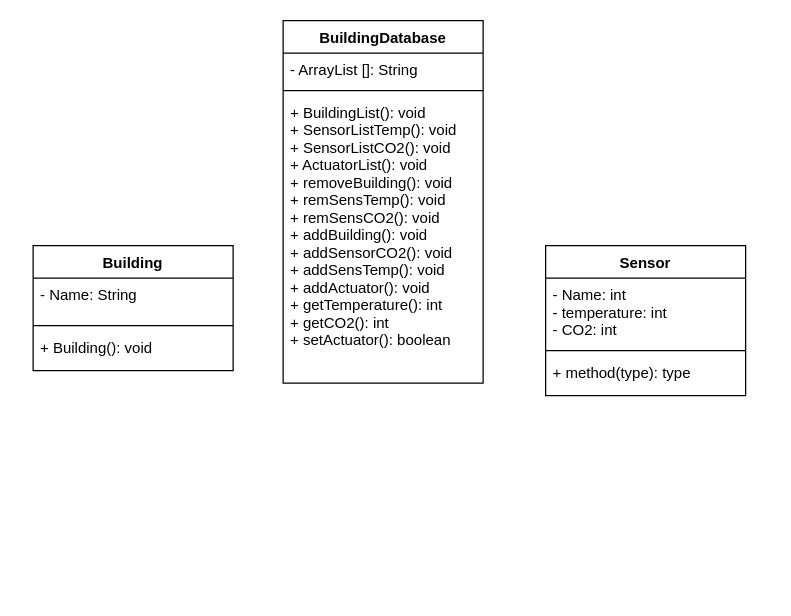
The draw.io diagram Untitled Diagram.drawio in sival19/workshop, before the edit. Source tidied: cells renumbered, new cells numbered last; positions are measured from the earlier drawing's top-left corner, leaving out a move shared by most shapes. Both pictures are drawn from the tidied source at 125%, with x=0, y=0 at pixel (32, 20).
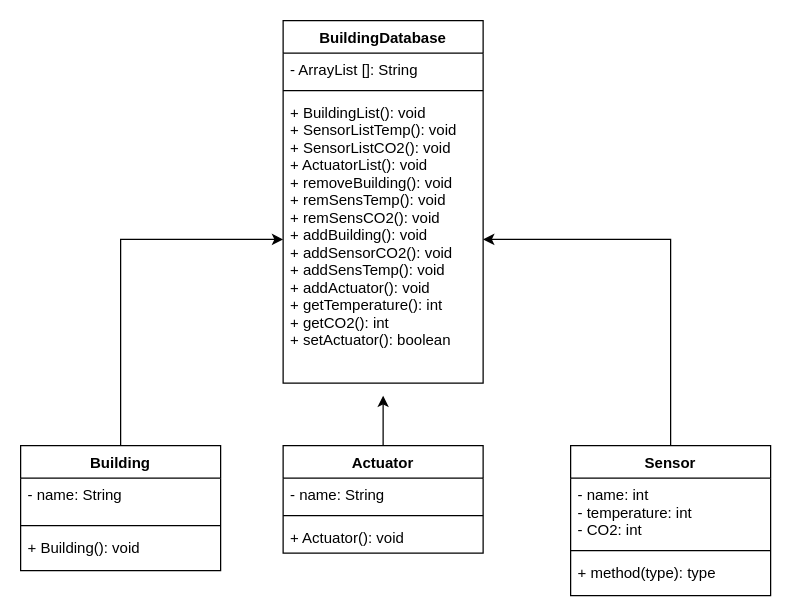
After the change.

Unchanged cells that the change refers to:
```xml
<mxCell id="5" value="+ BuildingList(): void&#10;+ SensorListTemp(): void&#10;+ SensorListCO2(): void&#10;+ ActuatorList(): void&#10;+ removeBuilding(): void&#10;+ remSensTemp(): void&#10;+ remSensCO2(): void&#10;+ addBuilding(): void&#10;+ addSensorCO2(): void&#10;+ addSensTemp(): void&#10;+ addActuator(): void&#10;+ getTemperature(): int&#10;+ getCO2(): int&#10;+ setActuator(): boolean" style="text;strokeColor=none;fillColor=none;align=left;verticalAlign=top;spacingLeft=4;spacingRight=4;overflow=hidden;points=[[0,0.5],[1,0.5]];portConstraint=eastwest;" parent="2" vertex="1">
  <mxGeometry y="60" width="160" height="230" as="geometry" />
</mxCell>
```

Diff of the diagram source:
```diff
@@
+    <mxCell id="14" style="edgeStyle=orthogonalEdgeStyle;rounded=0;jettySize=auto;html=1;" parent="1" edge="1" source="6" target="5">
+      <mxGeometry relative="1" as="geometry" />
+    </mxCell>
     <mxCell id="6" value="Building" style="swimlane;fontStyle=1;align=center;verticalAlign=top;horizontal=1;startSize=26;" parent="1" vertex="1">
-      <mxGeometry y="180" width="160" height="100" as="geometry" />
+      <mxGeometry x="-10" y="340" width="160" height="100" as="geometry" />
     </mxCell>
-    <mxCell id="7" value="- Name: String&#10;" style="text;strokeColor=none;fillColor=none;align=left;verticalAlign=top;spacingLeft=4;spacingRight=4;overflow=hidden;" parent="6" vertex="1">
+    <mxCell id="7" value="- name: String&#10;" style="text;strokeColor=none;fillColor=none;align=left;verticalAlign=top;spacingLeft=4;spacingRight=4;overflow=hidden;" parent="6" vertex="1">
       <mxGeometry y="26" width="160" height="34" as="geometry" />
     </mxCell>
@@
+    <mxCell id="15" style="edgeStyle=orthogonalEdgeStyle;rounded=0;jettySize=auto;html=1;" parent="1" edge="1" source="10" target="5">
+      <mxGeometry relative="1" as="geometry" />
+    </mxCell>
     <mxCell id="10" value="Sensor" style="swimlane;fontStyle=1;align=center;verticalAlign=top;horizontal=1;startSize=26;" parent="1" vertex="1">
-      <mxGeometry x="410" y="180" width="160" height="120" as="geometry" />
+      <mxGeometry x="430" y="340" width="160" height="120" as="geometry" />
     </mxCell>
-    <mxCell id="11" value="- Name: int&#10;- temperature: int&#10;- CO2: int" style="text;strokeColor=none;fillColor=none;align=left;verticalAlign=top;spacingLeft=4;spacingRight=4;overflow=hidden;" parent="10" vertex="1">
+    <mxCell id="11" value="- name: int&#10;- temperature: int&#10;- CO2: int" style="text;strokeColor=none;fillColor=none;align=left;verticalAlign=top;spacingLeft=4;spacingRight=4;overflow=hidden;" parent="10" vertex="1">
       <mxGeometry y="26" width="160" height="54" as="geometry" />
     </mxCell>
@@
+    <mxCell id="16" style="edgeStyle=orthogonalEdgeStyle;rounded=0;jettySize=auto;html=1;" parent="1" edge="1" source="17">
+      <mxGeometry relative="1" as="geometry">
+        <mxPoint x="280" y="300" as="targetPoint" />
+      </mxGeometry>
+    </mxCell>
+    <mxCell id="17" value="Actuator" style="swimlane;fontStyle=1;align=center;verticalAlign=top;horizontal=1;startSize=26;" parent="1" vertex="1">
+      <mxGeometry x="200" y="340" width="160" height="86" as="geometry" />
+    </mxCell>
+    <mxCell id="18" value="- name: String" style="text;strokeColor=none;fillColor=none;align=left;verticalAlign=top;spacingLeft=4;spacingRight=4;overflow=hidden;" parent="17" vertex="1">
+      <mxGeometry y="26" width="160" height="26" as="geometry" />
+    </mxCell>
+    <mxCell id="19" style="line;strokeWidth=1;fillColor=none;align=left;verticalAlign=middle;spacingTop=-1;spacingLeft=3;spacingRight=3;labelPosition=right;" parent="17" vertex="1">
+      <mxGeometry y="52" width="160" height="8" as="geometry" />
+    </mxCell>
+    <mxCell id="20" value="+ Actuator(): void" style="text;strokeColor=none;fillColor=none;align=left;verticalAlign=top;spacingLeft=4;spacingRight=4;overflow=hidden;" parent="17" vertex="1">
+      <mxGeometry y="60" width="160" height="26" as="geometry" />
+    </mxCell>
```
